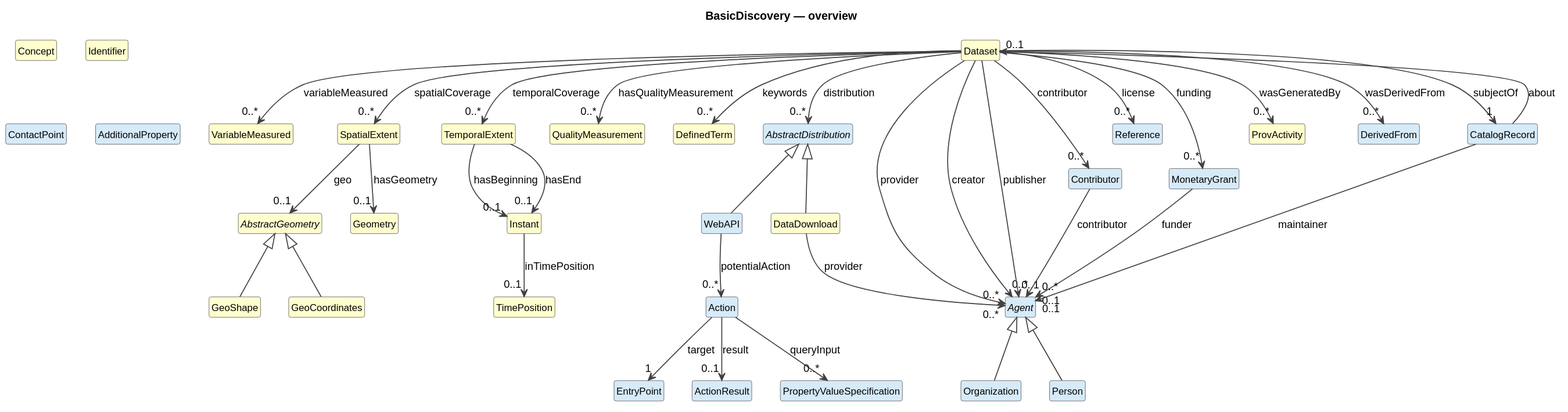
Before: cdif-uml-model/BasicDiscovery/index.svg, a diagram exported from PlantUML (Cross-Domain-Interoperability-Framework/metadataBuildingBlocks). Its diagram source:
```plantuml
@startuml
title BasicDiscovery — overview
hide circle
hide empty members
skinparam shadowing false
skinparam ArrowThickness 1.2
skinparam class {
  ArrowColor #404040
  BorderColor #404040
  FontSize 12
}

class "Dataset" as Dataset #FEFECE
class "VariableMeasured" as VariableMeasured #FEFECE
class "SpatialExtent" as SpatialExtent #FEFECE
abstract class "AbstractGeometry" as AbstractGeometry #FEFECE
class "GeoCoordinates" as GeoCoordinates #FEFECE
class "GeoShape" as GeoShape #FEFECE
class "TemporalExtent" as TemporalExtent #FEFECE
class "Instant" as Instant #FEFECE
class "TimePosition" as TimePosition #FEFECE
class "Geometry" as Geometry #FEFECE
class "QualityMeasurement" as QualityMeasurement #FEFECE
class "Concept" as Concept #FEFECE
class "Identifier" as Identifier #FEFECE
class "DefinedTerm" as DefinedTerm #FEFECE
abstract class "AbstractDistribution" as AbstractDistribution #D6EAF8
class "DataDownload" as DataDownload #FEFECE
class "WebAPI" as WebAPI #D6EAF8
class "Action" as Action #D6EAF8
class "EntryPoint" as EntryPoint #D6EAF8
class "ActionResult" as ActionResult #D6EAF8
class "PropertyValueSpecification" as PropertyValueSpecification #D6EAF8
abstract class "Agent" as Agent #D6EAF8
class "Person" as Person #D6EAF8
class "ContactPoint" as ContactPoint #D6EAF8
class "Organization" as Organization #D6EAF8
class "Contributor" as Contributor #D6EAF8
class "AdditionalProperty" as AdditionalProperty #D6EAF8
class "Reference" as Reference #D6EAF8
class "MonetaryGrant" as MonetaryGrant #D6EAF8
class "ProvActivity" as ProvActivity #FEFECE
class "DerivedFrom" as DerivedFrom #D6EAF8
class "CatalogRecord" as CatalogRecord #D6EAF8
AbstractGeometry <|-- GeoCoordinates
AbstractGeometry <|-- GeoShape
AbstractDistribution <|-- DataDownload
AbstractDistribution <|-- WebAPI
Agent <|-- Person
Agent <|-- Organization
Dataset --> "0..*" VariableMeasured : variableMeasured
Dataset --> "0..*" SpatialExtent : spatialCoverage
Dataset --> "0..*" TemporalExtent : temporalCoverage
Dataset --> "0..*" QualityMeasurement : hasQualityMeasurement
Dataset --> "0..*" Agent : provider
Dataset --> "0..*" AbstractDistribution : distribution
Dataset --> "0..*" Agent : creator
Dataset --> "0..*" Contributor : contributor
Dataset --> "0..1" Agent : publisher
Dataset --> "0..*" MonetaryGrant : funding
Dataset --> "0..*" ProvActivity : wasGeneratedBy
Dataset --> "0..*" DerivedFrom : wasDerivedFrom
Dataset --> "1" CatalogRecord : subjectOf
Dataset --> "0..*" DefinedTerm : keywords
Dataset --> "0..*" Reference : license
SpatialExtent --> "0..1" AbstractGeometry : geo
SpatialExtent --> "0..1" Geometry : hasGeometry
TemporalExtent --> "0..1" Instant : hasBeginning
TemporalExtent --> "0..1" Instant : hasEnd
Instant --> "0..1" TimePosition : inTimePosition
DataDownload --> "0..*" Agent : provider
WebAPI --> "0..*" Action : potentialAction
Action --> "1" EntryPoint : target
Action --> "0..1" ActionResult : result
Action --> "0..*" PropertyValueSpecification : queryInput
Contributor --> "0..1" Agent : contributor
MonetaryGrant --> "0..*" Agent : funder
CatalogRecord --> "0..1" Dataset : about
CatalogRecord --> "0..1" Agent : maintainer
@enduml
```
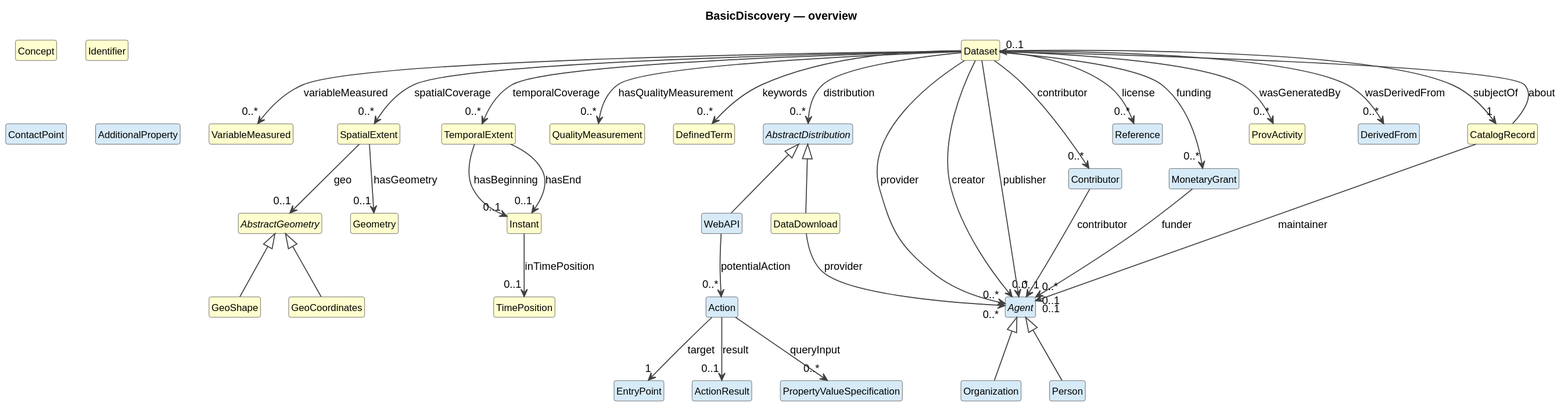
Later version of the same file.

Change to the diagram source:
```diff
@@ -41,7 +41,7 @@
 class "MonetaryGrant" as MonetaryGrant #D6EAF8
 class "ProvActivity" as ProvActivity #FEFECE
 class "DerivedFrom" as DerivedFrom #D6EAF8
-class "CatalogRecord" as CatalogRecord #D6EAF8
+class "CatalogRecord" as CatalogRecord #FEFECE
 AbstractGeometry <|-- GeoCoordinates
 AbstractGeometry <|-- GeoShape
 AbstractDistribution <|-- DataDownload
```
